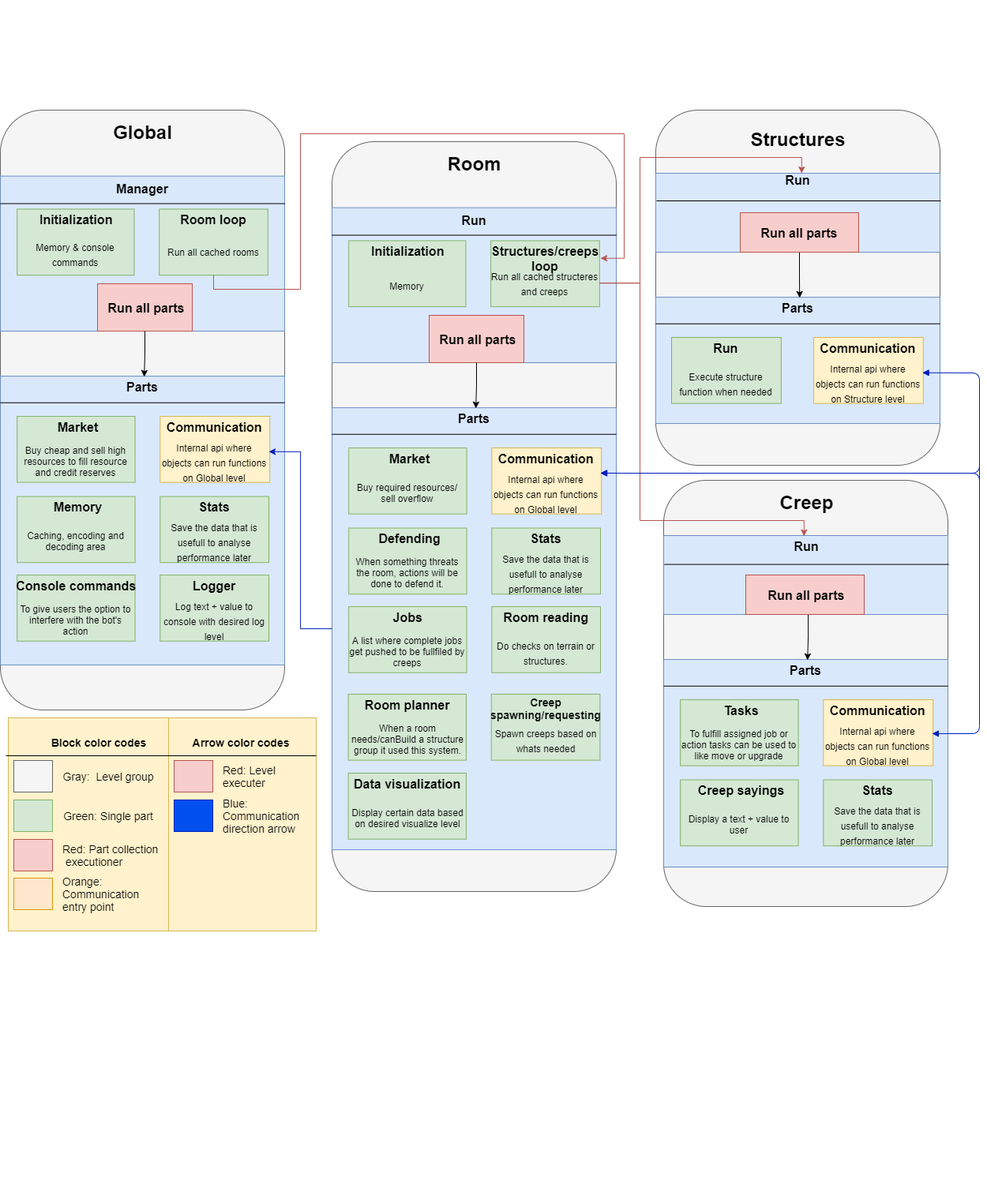
Earlier version of the draw.io export FrameworkOverview.png (pieterbrandsen/Draw.io). Source tidied: cells renumbered, new cells last; positions are measured from the earlier drawing's top-left corner, leaving out a move shared by most shapes.
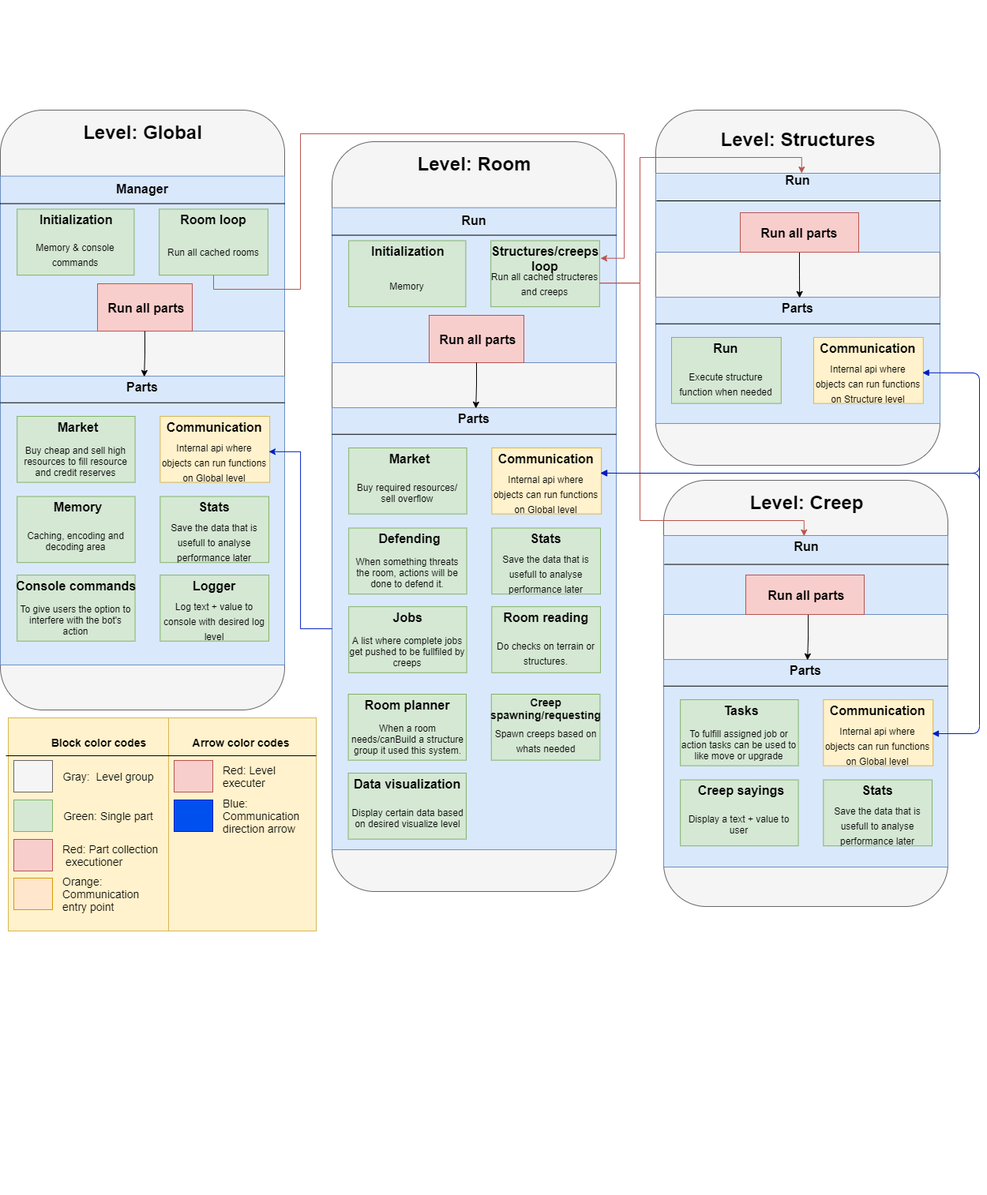
Later version of the same file.

Change to the diagram source:
```diff
@@ -14,7 +14,7 @@
     <mxCell id="5" style="rounded=1;whiteSpace=wrap;html=1;fontSize=16;fillColor=#f5f5f5;strokeColor=#666666;fontColor=#333333;" parent="4" vertex="1">
       <mxGeometry width="360" height="760" as="geometry" />
     </mxCell>
-    <mxCell id="6" value="Global" style="text;strokeColor=none;fillColor=none;html=1;fontSize=24;fontStyle=1;verticalAlign=middle;align=center;" parent="4" vertex="1">
+    <mxCell id="6" value="Level: Global" style="text;strokeColor=none;fillColor=none;html=1;fontSize=24;fontStyle=1;verticalAlign=middle;align=center;" parent="4" vertex="1">
       <mxGeometry x="127.1" width="105.9" height="55.8" as="geometry" />
     </mxCell>
     <mxCell id="7" style="rounded=0;whiteSpace=wrap;html=1;fontSize=16;fillColor=#dae8fc;strokeColor=#6c8ebf;" parent="4" vertex="1">
@@ -140,7 +140,7 @@
     <mxCell id="47" style="rounded=1;whiteSpace=wrap;html=1;fontSize=16;fillColor=#f5f5f5;strokeColor=#666666;fontColor=#333333;" parent="46" vertex="1">
       <mxGeometry width="360" height="950" as="geometry" />
     </mxCell>
-    <mxCell id="48" value="Room" style="text;strokeColor=none;fillColor=none;html=1;fontSize=24;fontStyle=1;verticalAlign=middle;align=center;" parent="46" vertex="1">
+    <mxCell id="48" value="Level:&amp;nbsp;Room" style="text;strokeColor=none;fillColor=none;html=1;fontSize=24;fontStyle=1;verticalAlign=middle;align=center;" parent="46" vertex="1">
       <mxGeometry x="127.1" width="105.9" height="55.8" as="geometry" />
     </mxCell>
     <mxCell id="49" style="rounded=0;whiteSpace=wrap;html=1;fontSize=16;fillColor=#dae8fc;strokeColor=#6c8ebf;" parent="46" vertex="1">
@@ -310,7 +310,7 @@
     <mxCell id="101" style="rounded=1;whiteSpace=wrap;html=1;fontSize=16;fillColor=#f5f5f5;strokeColor=#666666;fontColor=#333333;" parent="100" vertex="1">
       <mxGeometry y="139" width="360" height="450" as="geometry" />
     </mxCell>
-    <mxCell id="102" value="Structures" style="text;strokeColor=none;fillColor=none;html=1;fontSize=24;fontStyle=1;verticalAlign=middle;align=center;" parent="100" vertex="1">
+    <mxCell id="102" value="Level:&amp;nbsp;Structures" style="text;strokeColor=none;fillColor=none;html=1;fontSize=24;fontStyle=1;verticalAlign=middle;align=center;" parent="100" vertex="1">
       <mxGeometry x="127.1" y="148" width="105.9" height="55.8" as="geometry" />
     </mxCell>
     <mxCell id="103" style="group;" parent="100" vertex="1">
@@ -349,7 +349,7 @@
     <mxCell id="114" style="rounded=1;whiteSpace=wrap;html=1;fontSize=16;fillColor=#f5f5f5;strokeColor=#666666;fontColor=#333333;" parent="113" vertex="1">
       <mxGeometry width="360" height="540" as="geometry" />
     </mxCell>
-    <mxCell id="115" value="Creep" style="text;strokeColor=none;fillColor=none;html=1;fontSize=24;fontStyle=1;verticalAlign=middle;align=center;" parent="113" vertex="1">
+    <mxCell id="115" value="Level:&amp;nbsp;Creep" style="text;strokeColor=none;fillColor=none;html=1;fontSize=24;fontStyle=1;verticalAlign=middle;align=center;" parent="113" vertex="1">
       <mxGeometry x="128.1" width="105.9" height="55.8" as="geometry" />
     </mxCell>
     <mxCell id="116" style="rounded=0;whiteSpace=wrap;html=1;fontSize=16;fillColor=#dae8fc;strokeColor=#6c8ebf;" parent="113" vertex="1">
```
